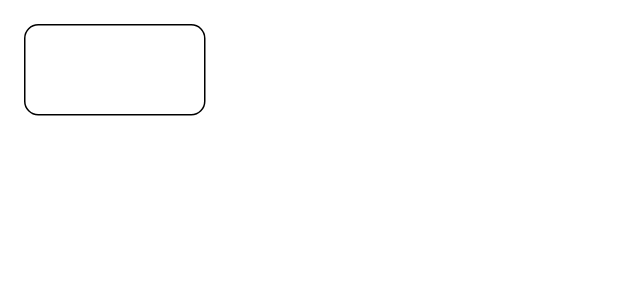
msisitr/aventix-design keeps this draw.io diagram as Avnetix.drawio. Above is the earlier version. Source tidied: cells renumbered, new cells numbered last; positions are measured from the earlier drawing's top-left corner, leaving out a move shared by most shapes. Both pictures are drawn from the tidied source at 150%, with x=0, y=0 at pixel (24, 24).
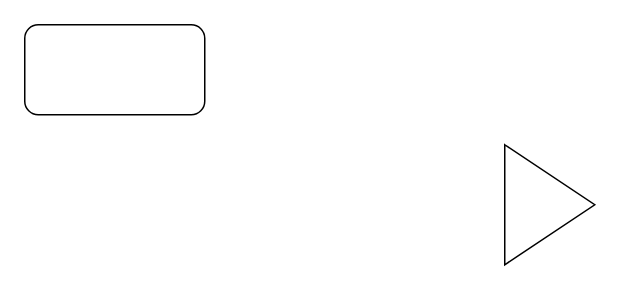
The same page after the edit.

Commit message (it also covers changes not shown here):
Mettre à jour Avnetix.drawio

Change to the diagram source:
```diff
@@
 <mxGraphModel>
   <root>
     <mxCell id="0" />
     <mxCell id="1" parent="0" />
     <mxCell id="2" style="rounded=1;whiteSpace=wrap;html=1;" parent="1" vertex="1">
       <mxGeometry width="120" height="60" as="geometry" />
     </mxCell>
+    <mxCell id="3" style="triangle;whiteSpace=wrap;html=1;" parent="1" vertex="1">
+      <mxGeometry x="320" y="80" width="60" height="80" as="geometry" />
+    </mxCell>
   </root>
 </mxGraphModel>
```
